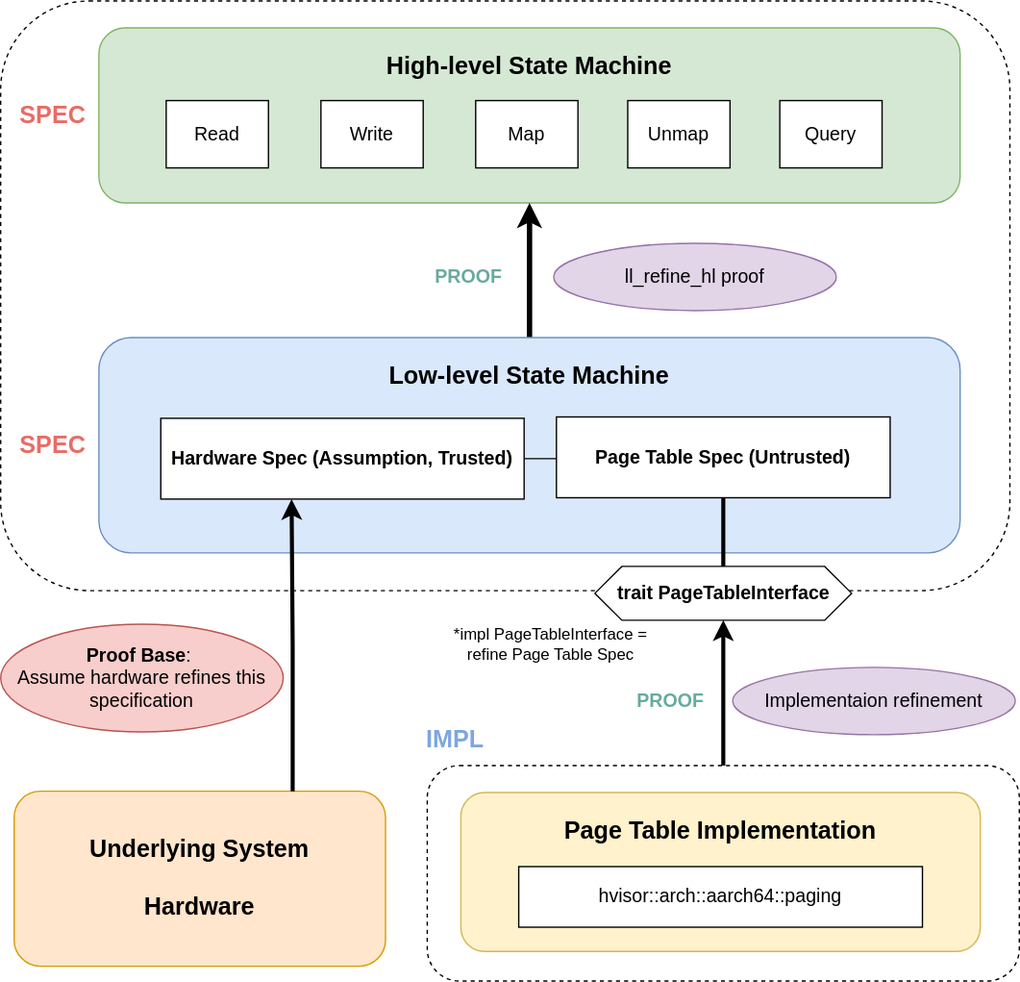
Earlier version of the draw.io export docs/arch.svg (syswonder/verified-pt). Source tidied: cells renumbered, new cells last; positions are measured from the earlier drawing's top-left corner, leaving out a move shared by most shapes.
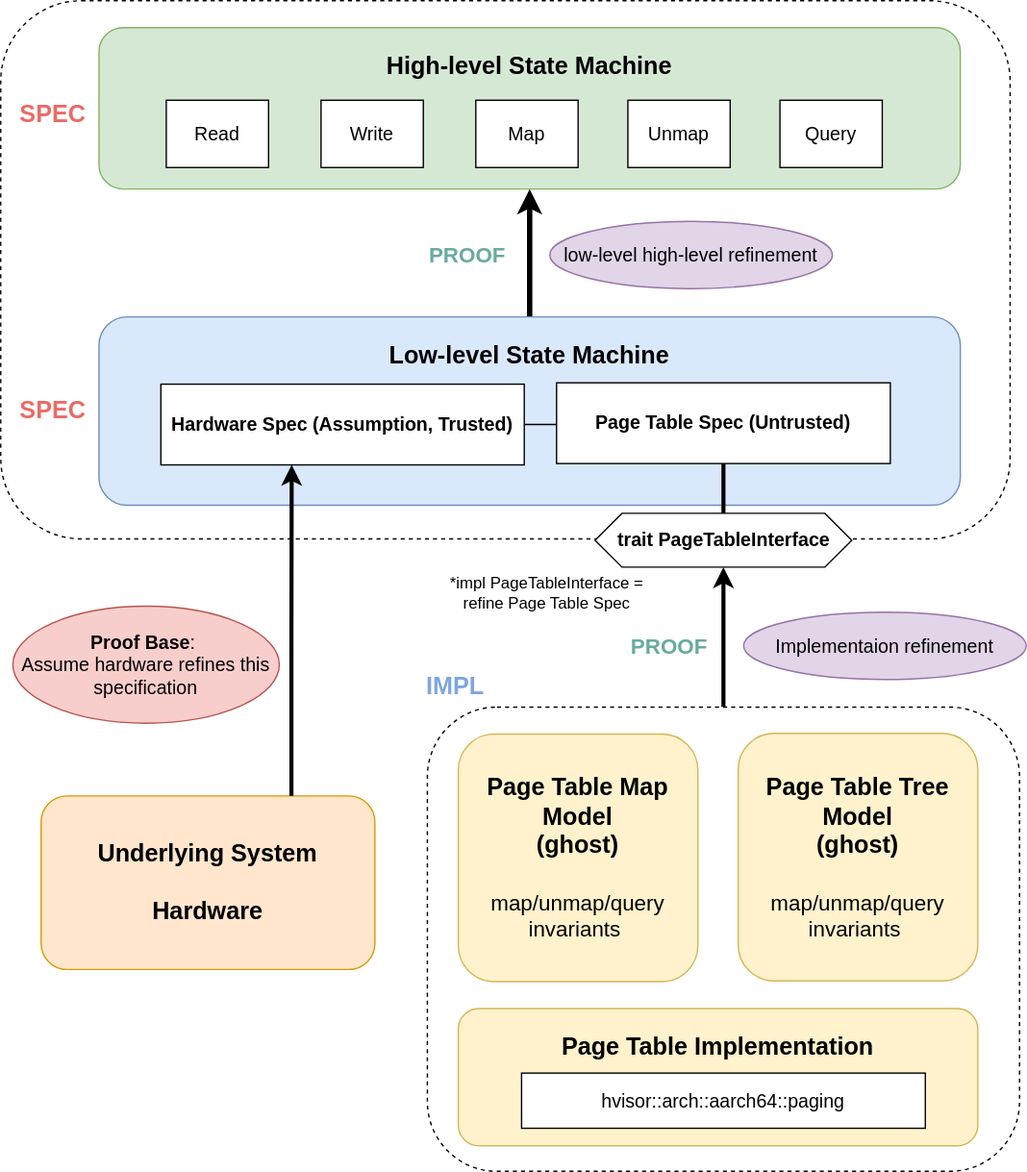
After the change.

What changed in the source:
```diff
@@ -6,22 +6,22 @@
       <mxGeometry relative="1" as="geometry" />
     </mxCell>
     <mxCell id="3" style="rounded=1;whiteSpace=wrap;html=1;dashed=1;" parent="1" vertex="1">
-      <mxGeometry x="317" y="568" width="440" height="160" as="geometry" />
+      <mxGeometry x="317" y="525" width="440" height="345" as="geometry" />
     </mxCell>
     <mxCell id="4" style="rounded=1;whiteSpace=wrap;html=1;dashed=1;" parent="1" vertex="1">
-      <mxGeometry width="750" height="438" as="geometry" />
+      <mxGeometry width="750" height="400" as="geometry" />
     </mxCell>
     <mxCell id="5" value="&lt;p&gt;&lt;font style=&quot;font-size: 18px;&quot;&gt;&lt;b&gt;High-level State Machine&lt;/b&gt;&lt;/font&gt;&lt;/p&gt;" style="rounded=1;whiteSpace=wrap;html=1;labelPosition=center;verticalLabelPosition=middle;align=center;verticalAlign=top;fillColor=#d5e8d4;strokeColor=#82b366;" parent="1" vertex="1">
-      <mxGeometry x="73" y="20" width="640" height="130" as="geometry" />
+      <mxGeometry x="73" y="20" width="640" height="120" as="geometry" />
     </mxCell>
     <mxCell id="6" style="edgeStyle=orthogonalEdgeStyle;rounded=0;jettySize=auto;html=1;exitX=0.5;exitY=0;exitDx=0;exitDy=0;entryX=0.5;entryY=1;entryDx=0;entryDy=0;strokeWidth=4;" parent="1" edge="1" source="7" target="5">
       <mxGeometry relative="1" as="geometry" />
     </mxCell>
     <mxCell id="7" value="&lt;p&gt;&lt;font style=&quot;font-size: 18px;&quot;&gt;&lt;b&gt;Low-level State Machine&lt;/b&gt;&lt;/font&gt;&lt;/p&gt;" style="rounded=1;whiteSpace=wrap;html=1;verticalAlign=top;fillColor=#dae8fc;strokeColor=#6c8ebf;" parent="1" vertex="1">
-      <mxGeometry x="73" y="250" width="640" height="160" as="geometry" />
+      <mxGeometry x="73" y="235" width="640" height="140" as="geometry" />
     </mxCell>
     <mxCell id="8" value="&lt;p&gt;&lt;font style=&quot;font-size: 18px;&quot;&gt;&lt;b&gt;Page Table Implementation&lt;/b&gt;&lt;/font&gt;&lt;/p&gt;" style="rounded=1;whiteSpace=wrap;html=1;verticalAlign=top;fillColor=#fff2cc;strokeColor=#d6b656;" parent="1" vertex="1">
-      <mxGeometry x="342" y="588" width="386" height="118" as="geometry" />
+      <mxGeometry x="340" y="749" width="386" height="102" as="geometry" />
     </mxCell>
     <mxCell id="9" value="&lt;font style=&quot;font-size: 14px;&quot;&gt;Read&lt;/font&gt;" style="rounded=0;whiteSpace=wrap;html=1;" parent="1" vertex="1">
       <mxGeometry x="123" y="74" width="76" height="50" as="geometry" />
@@ -36,58 +36,64 @@
       <mxGeometry x="466" y="74" width="76" height="50" as="geometry" />
     </mxCell>
     <mxCell id="13" value="hvisor::arch::aarch64::paging" style="rounded=0;whiteSpace=wrap;html=1;fontSize=14;" parent="1" vertex="1">
-      <mxGeometry x="385" y="643" width="300" height="45" as="geometry" />
+      <mxGeometry x="387" y="797" width="300" height="41" as="geometry" />
     </mxCell>
     <mxCell id="14" value="&lt;font style=&quot;font-size: 18px;&quot;&gt;&lt;b style=&quot;&quot;&gt;SPEC&lt;/b&gt;&lt;/font&gt;" style="text;html=1;align=center;verticalAlign=middle;whiteSpace=wrap;rounded=0;fontColor=light-dark(#EA6B66,#EDEDED);" parent="1" vertex="1">
       <mxGeometry x="9" y="70" width="60" height="30" as="geometry" />
     </mxCell>
     <mxCell id="15" value="&lt;font style=&quot;font-size: 18px;&quot;&gt;&lt;b style=&quot;&quot;&gt;SPEC&lt;/b&gt;&lt;/font&gt;" style="text;html=1;align=center;verticalAlign=middle;whiteSpace=wrap;rounded=0;fontColor=light-dark(#EA6B66,#EDEDED);" parent="1" vertex="1">
-      <mxGeometry x="9" y="315" width="60" height="30" as="geometry" />
+      <mxGeometry x="9" y="290" width="60" height="30" as="geometry" />
     </mxCell>
-    <mxCell id="16" value="&lt;font style=&quot;font-size: 18px;&quot;&gt;&lt;b style=&quot;&quot;&gt;IMPL&lt;/b&gt;&lt;/font&gt;" style="text;html=1;align=center;verticalAlign=middle;whiteSpace=wrap;rounded=0;fontColor=light-dark(#7EA6E0,#EDEDED);" parent="1" vertex="1">
-      <mxGeometry x="308" y="534" width="60" height="30" as="geometry" />
+    <mxCell id="16" value="&lt;font&gt;&lt;b&gt;IMPL&lt;/b&gt;&lt;/font&gt;" style="text;html=1;align=center;verticalAlign=middle;whiteSpace=wrap;rounded=0;fontColor=light-dark(#7EA6E0,#EDEDED);fontSize=18;" parent="1" vertex="1">
+      <mxGeometry x="308" y="494.5" width="60" height="30" as="geometry" />
     </mxCell>
-    <mxCell id="17" value="&lt;font style=&quot;font-size: 14px;&quot;&gt;ll_refine_hl proof&lt;/font&gt;" style="ellipse;whiteSpace=wrap;html=1;fillColor=#e1d5e7;strokeColor=#9673a6;" parent="1" vertex="1">
-      <mxGeometry x="411" y="180" width="210" height="50" as="geometry" />
+    <mxCell id="17" value="&lt;font style=&quot;font-size: 14px;&quot;&gt;low-level high-level refinement&lt;/font&gt;" style="ellipse;whiteSpace=wrap;html=1;fillColor=#e1d5e7;strokeColor=#9673a6;" parent="1" vertex="1">
+      <mxGeometry x="408" y="164" width="210" height="50" as="geometry" />
     </mxCell>
     <mxCell id="18" value="&lt;font style=&quot;font-size: 14px;&quot;&gt;Implementaion&amp;nbsp;&lt;font style=&quot;&quot;&gt;refinement&lt;/font&gt;&lt;/font&gt;" style="ellipse;whiteSpace=wrap;html=1;fillColor=#e1d5e7;strokeColor=#9673a6;" parent="1" vertex="1">
-      <mxGeometry x="544" y="495" width="210" height="50" as="geometry" />
+      <mxGeometry x="552" y="454.5" width="210" height="50" as="geometry" />
     </mxCell>
-    <mxCell id="19" value="&lt;font style=&quot;color: rgb(103, 171, 159); font-size: 14px;&quot;&gt;&lt;b style=&quot;&quot;&gt;PROOF&lt;/b&gt;&lt;/font&gt;" style="text;html=1;align=center;verticalAlign=middle;whiteSpace=wrap;rounded=0;" parent="1" vertex="1">
-      <mxGeometry x="468" y="505" width="60" height="30" as="geometry" />
+    <mxCell id="19" value="&lt;font style=&quot;color: rgb(103, 171, 159);&quot;&gt;&lt;b&gt;PROOF&lt;/b&gt;&lt;/font&gt;" style="text;html=1;align=center;verticalAlign=middle;whiteSpace=wrap;rounded=0;fontSize=16;" parent="1" vertex="1">
+      <mxGeometry x="467" y="464.5" width="60" height="30" as="geometry" />
     </mxCell>
-    <mxCell id="20" value="&lt;font style=&quot;color: rgb(103, 171, 159); font-size: 14px;&quot;&gt;&lt;b style=&quot;&quot;&gt;PROOF&lt;/b&gt;&lt;/font&gt;" style="text;html=1;align=center;verticalAlign=middle;whiteSpace=wrap;rounded=0;" parent="1" vertex="1">
-      <mxGeometry x="318" y="190" width="60" height="30" as="geometry" />
+    <mxCell id="20" value="&lt;font style=&quot;color: rgb(103, 171, 159);&quot;&gt;&lt;b&gt;PROOF&lt;/b&gt;&lt;/font&gt;" style="text;html=1;align=center;verticalAlign=middle;whiteSpace=wrap;rounded=0;fontSize=16;" parent="1" vertex="1">
+      <mxGeometry x="317" y="174" width="60" height="30" as="geometry" />
     </mxCell>
     <mxCell id="21" style="edgeStyle=orthogonalEdgeStyle;rounded=0;jettySize=auto;html=1;exitX=1;exitY=0.5;exitDx=0;exitDy=0;exitPerimeter=0;entryX=0;entryY=0.5;entryDx=0;entryDy=0;endArrow=none;startFill=0;" parent="1" edge="1" source="22" target="24">
       <mxGeometry relative="1" as="geometry" />
     </mxCell>
     <mxCell id="22" value="&lt;b&gt;&lt;font style=&quot;font-size: 14px;&quot;&gt;Hardware Spec (Assumption, Trusted)&lt;/font&gt;&lt;/b&gt;" style="rounded=0;whiteSpace=wrap;html=1;points=[[0,0,0,0,0],[0,0.25,0,0,0],[0,0.5,0,0,0],[0,0.75,0,0,0],[0,1,0,0,0],[0.25,0,0,0,0],[0.36,1,0,0,0],[0.5,0,0,0,0],[0.5,1,0,0,0],[0.75,0,0,0,0],[0.75,1,0,0,0],[1,0,0,0,0],[1,0.25,0,0,0],[1,0.5,0,0,0],[1,0.75,0,0,0],[1,1,0,0,0]];" parent="1" vertex="1">
-      <mxGeometry x="119" y="310" width="270" height="60" as="geometry" />
+      <mxGeometry x="119" y="285" width="270" height="60" as="geometry" />
     </mxCell>
     <mxCell id="23" value="&lt;span style=&quot;font-size: 14px;&quot;&gt;Query&lt;/span&gt;" style="rounded=0;whiteSpace=wrap;html=1;" parent="1" vertex="1">
       <mxGeometry x="579" y="74" width="76" height="50" as="geometry" />
     </mxCell>
     <mxCell id="24" value="&lt;font style=&quot;font-size: 14px;&quot;&gt;&lt;b&gt;Page Table Spec (Untrusted)&lt;/b&gt;&lt;/font&gt;" style="rounded=0;whiteSpace=wrap;html=1;" parent="1" vertex="1">
-      <mxGeometry x="413" y="309" width="248" height="60" as="geometry" />
+      <mxGeometry x="413" y="284" width="248" height="60" as="geometry" />
     </mxCell>
     <mxCell id="25" style="edgeStyle=orthogonalEdgeStyle;rounded=0;jettySize=auto;html=1;exitX=0.5;exitY=0;exitDx=0;exitDy=0;entryX=0.5;entryY=1;entryDx=0;entryDy=0;strokeWidth=3;endArrow=none;startFill=0;" parent="1" edge="1" source="26" target="24">
       <mxGeometry relative="1" as="geometry" />
     </mxCell>
     <mxCell id="26" value="&lt;font style=&quot;font-size: 14px;&quot;&gt;&lt;b&gt;trait PageTableInterface&lt;/b&gt;&lt;/font&gt;" style="shape=hexagon;perimeter=hexagonPerimeter2;whiteSpace=wrap;html=1;fixedSize=1;" parent="1" vertex="1">
-      <mxGeometry x="441.6" y="420" width="190.8" height="40" as="geometry" />
+      <mxGeometry x="441.6" y="381" width="190.8" height="40" as="geometry" />
     </mxCell>
     <mxCell id="27" value="&lt;font&gt;*impl PageTableInterface = refine Page Table Spec&lt;/font&gt;" style="text;html=1;align=center;verticalAlign=middle;whiteSpace=wrap;rounded=0;" parent="1" vertex="1">
-      <mxGeometry x="331" y="463" width="156" height="30" as="geometry" />
+      <mxGeometry x="328" y="425" width="156" height="30" as="geometry" />
     </mxCell>
     <mxCell id="28" value="&lt;font style=&quot;font-size: 18px;&quot;&gt;&lt;b style=&quot;&quot;&gt;Underlying System&lt;/b&gt;&lt;/font&gt;&lt;div&gt;&lt;font style=&quot;font-size: 18px;&quot;&gt;&lt;b style=&quot;&quot;&gt;&lt;br&gt;&lt;/b&gt;&lt;/font&gt;&lt;/div&gt;&lt;div&gt;&lt;font style=&quot;font-size: 18px;&quot;&gt;&lt;b style=&quot;&quot;&gt;Hardware&lt;/b&gt;&lt;/font&gt;&lt;/div&gt;" style="rounded=1;whiteSpace=wrap;html=1;fillColor=#ffe6cc;strokeColor=#d79b00;" parent="1" vertex="1">
-      <mxGeometry x="10" y="587" width="276" height="130" as="geometry" />
+      <mxGeometry x="30" y="591" width="248" height="129" as="geometry" />
     </mxCell>
     <mxCell id="29" style="edgeStyle=orthogonalEdgeStyle;rounded=0;jettySize=auto;html=1;exitX=0.75;exitY=0;exitDx=0;exitDy=0;entryX=0.36;entryY=1;entryDx=0;entryDy=0;entryPerimeter=0;strokeWidth=3;" parent="1" edge="1" source="28" target="22">
       <mxGeometry relative="1" as="geometry" />
     </mxCell>
     <mxCell id="30" value="&lt;font style=&quot;font-size: 14px;&quot;&gt;&lt;b&gt;Proof Base&lt;/b&gt;:&amp;nbsp;&lt;/font&gt;&lt;div&gt;&lt;font style=&quot;font-size: 14px;&quot;&gt;Assume hardware refines this specification&lt;/font&gt;&lt;/div&gt;" style="ellipse;whiteSpace=wrap;html=1;fillColor=#f8cecc;strokeColor=#b85450;" parent="1" vertex="1">
-      <mxGeometry y="463" width="210" height="80" as="geometry" />
+      <mxGeometry x="9" y="450" width="198" height="87" as="geometry" />
     </mxCell>
+    <mxCell id="31" value="&lt;font style=&quot;font-size: 18px;&quot;&gt;&lt;b&gt;Page Table Map Model&lt;/b&gt;&lt;/font&gt;&lt;div&gt;&lt;span style=&quot;font-size: 18px;&quot;&gt;&lt;b&gt;(ghost)&lt;br&gt;&lt;/b&gt;&lt;/span&gt;&lt;div&gt;&lt;font style=&quot;font-size: 18px;&quot;&gt;&lt;b&gt;&lt;br&gt;&lt;/b&gt;&lt;/font&gt;&lt;/div&gt;&lt;div&gt;&lt;font style=&quot;font-size: 18px;&quot;&gt;&lt;div style=&quot;font-size: 12px;&quot;&gt;&lt;font style=&quot;font-size: 16px;&quot;&gt;map/unmap/query&lt;/font&gt;&lt;/div&gt;&lt;div style=&quot;font-size: 12px;&quot;&gt;&lt;font style=&quot;font-size: 16px;&quot;&gt;invariants&amp;nbsp;&lt;/font&gt;&lt;/div&gt;&lt;/font&gt;&lt;/div&gt;&lt;/div&gt;" style="rounded=1;whiteSpace=wrap;html=1;fillColor=#fff2cc;strokeColor=#d6b656;" parent="1" vertex="1">
+      <mxGeometry x="340" y="545" width="178" height="184" as="geometry" />
+    </mxCell>
+    <mxCell id="32" value="&lt;font style=&quot;font-size: 18px;&quot;&gt;&lt;b&gt;Page Table Tree Model&lt;/b&gt;&lt;/font&gt;&lt;div&gt;&lt;span style=&quot;font-size: 18px;&quot;&gt;&lt;b&gt;(ghost)&lt;br&gt;&lt;/b&gt;&lt;/span&gt;&lt;div&gt;&lt;span style=&quot;font-size: 18px;&quot;&gt;&lt;b&gt;&lt;br&gt;&lt;/b&gt;&lt;/span&gt;&lt;div&gt;&lt;font style=&quot;&quot;&gt;&lt;font style=&quot;font-size: 16px;&quot;&gt;map/unmap/query&lt;/font&gt;&lt;/font&gt;&lt;/div&gt;&lt;div&gt;&lt;font style=&quot;font-size: 16px;&quot;&gt;invariants&amp;nbsp;&lt;/font&gt;&lt;/div&gt;&lt;/div&gt;&lt;/div&gt;" style="rounded=1;whiteSpace=wrap;html=1;fillColor=#fff2cc;strokeColor=#d6b656;" parent="1" vertex="1">
+      <mxGeometry x="548" y="544.5" width="178" height="184" as="geometry" />
+    </mxCell>
   </root>
 </mxGraphModel>
```
